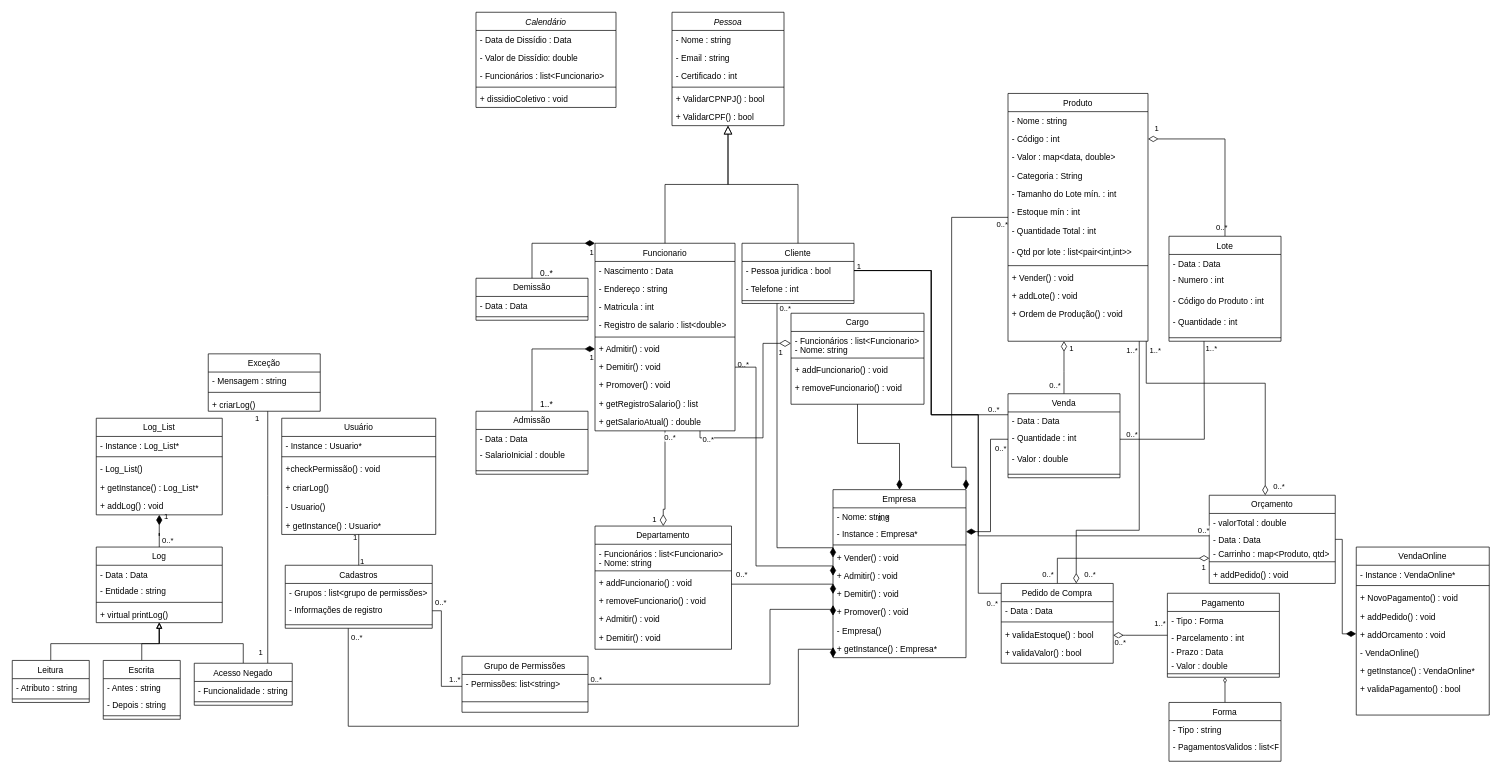
Earlier version of the draw.io diagram Sprint6.drawio (LDLPiao/tp_poo). Source tidied: cells renumbered, new cells numbered last; positions are measured from the earlier drawing's top-left corner, leaving out a move shared by most shapes. Both pictures are drawn from the tidied source at 70%, with x=0, y=0 at pixel (12, 12).
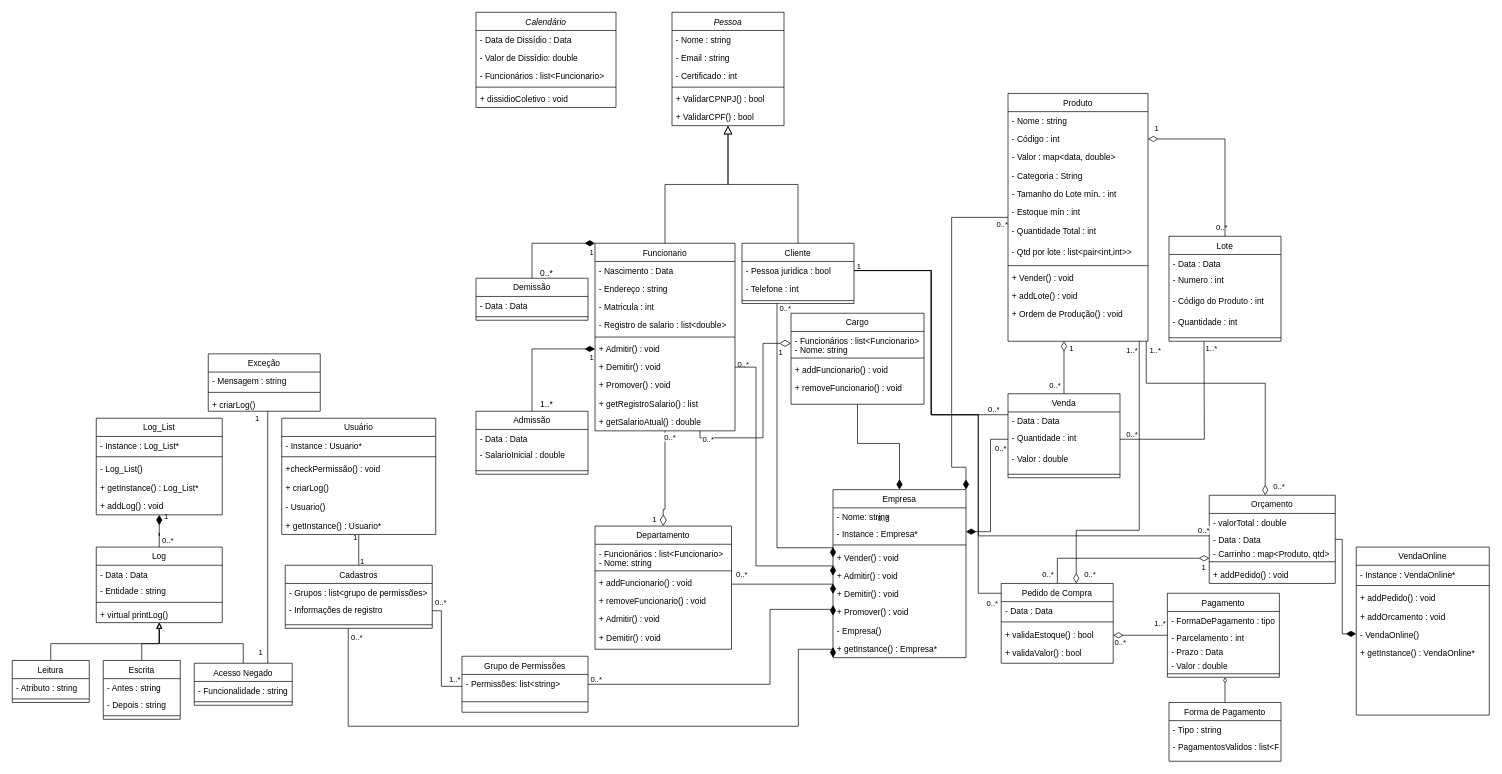
Above is the later version.

The change refers to these unchanged cells:
```xml
<mxCell id="189" value="Pagamento" style="swimlane;fontStyle=0;align=center;verticalAlign=top;horizontal=1;startSize=26;rounded=0;shadow=0;strokeWidth=1;" parent="1" vertex="1">
  <mxGeometry x="1650.2" y="830" width="160" height="120" as="geometry" />
</mxCell>
<mxCell id="204" value="VendaOnline" style="swimlane;fontStyle=0;align=center;verticalAlign=top;horizontal=1;startSize=26;rounded=0;shadow=0;strokeWidth=1;" parent="1" vertex="1">
  <mxGeometry x="1920" y="764" width="190" height="240" as="geometry" />
</mxCell>
```

What changed in the source:
```diff
@@
-    <mxCell id="190" value="- Tipo : Forma" style="text;align=left;verticalAlign=top;spacingLeft=4;spacingRight=4;overflow=hidden;" parent="189" vertex="1">
+    <mxCell id="190" value="- FormaDePagamento : tipo" style="text;align=left;verticalAlign=top;spacingLeft=4;spacingRight=4;overflow=hidden;" parent="189" vertex="1">
       <mxGeometry y="26" width="160" height="24" as="geometry" />
     </mxCell>
@@
-    <mxCell id="207" value="+ NovoPagamento() : void" style="text;align=left;verticalAlign=top;spacingLeft=4;spacingRight=4;overflow=hidden;" parent="204" vertex="1">
-      <mxGeometry y="60" width="190" height="26" as="geometry" />
-    </mxCell>
     <mxCell id="208" value="+ addPedido() : void" style="text;align=left;verticalAlign=top;spacingLeft=4;spacingRight=4;overflow=hidden;" parent="204" vertex="1">
-      <mxGeometry y="86" width="190" height="26" as="geometry" />
+      <mxGeometry y="60" width="190" height="26" as="geometry" />
     </mxCell>
     <mxCell id="209" value="+ addOrcamento : void" style="text;align=left;verticalAlign=top;spacingLeft=4;spacingRight=4;overflow=hidden;rounded=0;shadow=0;html=0;" parent="204" vertex="1">
-      <mxGeometry y="112" width="190" height="26" as="geometry" />
+      <mxGeometry y="86" width="190" height="26" as="geometry" />
     </mxCell>
     <mxCell id="210" value="- VendaOnline()" style="text;align=left;verticalAlign=top;spacingLeft=4;spacingRight=4;overflow=hidden;rounded=0;shadow=0;html=0;" parent="204" vertex="1">
-      <mxGeometry y="138" width="190" height="26" as="geometry" />
+      <mxGeometry y="112" width="190" height="26" as="geometry" />
     </mxCell>
     <mxCell id="211" value="+ getInstance() : VendaOnline*" style="text;align=left;verticalAlign=top;spacingLeft=4;spacingRight=4;overflow=hidden;rounded=0;shadow=0;html=0;" parent="204" vertex="1">
-      <mxGeometry y="164" width="190" height="26" as="geometry" />
+      <mxGeometry y="138" width="190" height="26" as="geometry" />
     </mxCell>
-    <mxCell id="212" value="+ validaPagamento() : bool" style="text;align=left;verticalAlign=top;spacingLeft=4;spacingRight=4;overflow=hidden;rounded=0;shadow=0;html=0;" parent="204" vertex="1">
-      <mxGeometry y="190" width="190" height="26" as="geometry" />
-    </mxCell>
@@
-    <mxCell id="214" value="Forma" style="swimlane;fontStyle=0;align=center;verticalAlign=top;horizontal=1;startSize=26;rounded=0;shadow=0;strokeWidth=1;" parent="1" vertex="1">
+    <mxCell id="214" value="Forma de Pagamento" style="swimlane;fontStyle=0;align=center;verticalAlign=top;horizontal=1;startSize=26;rounded=0;shadow=0;strokeWidth=1;" parent="1" vertex="1">
       <mxGeometry x="1652.5" y="986" width="160" height="84" as="geometry" />
     </mxCell>
```
